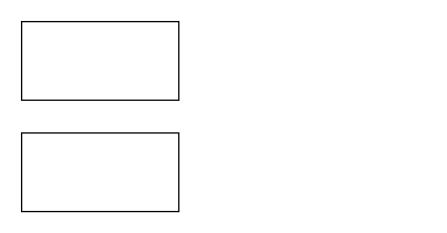
This is Untitled Diagram.drawio from miracle-wy-666/my-graph, a draw.io file, before an edit. Source tidied: cells renumbered, new cells numbered last; positions are measured from the earlier drawing's top-left corner, leaving out a move shared by most shapes. Both pictures are drawn from the tidied source at 131%, with x=0, y=0 at pixel (21, 21).
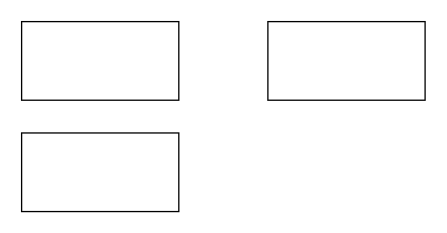
After the change.

Diff of the diagram source:
```diff
@@
 <mxGraphModel>
   <root>
     <mxCell id="0" />
     <mxCell id="1" parent="0" />
     <mxCell id="2" style="rounded=0;whiteSpace=wrap;html=1;" parent="1" vertex="1">
       <mxGeometry width="120" height="60" as="geometry" />
     </mxCell>
     <mxCell id="3" style="rounded=0;whiteSpace=wrap;html=1;" parent="1" vertex="1">
       <mxGeometry y="85" width="120" height="60" as="geometry" />
     </mxCell>
+    <mxCell id="4" style="rounded=0;whiteSpace=wrap;html=1;" parent="1" vertex="1">
+      <mxGeometry x="188" width="120" height="60" as="geometry" />
+    </mxCell>
   </root>
 </mxGraphModel>
```
